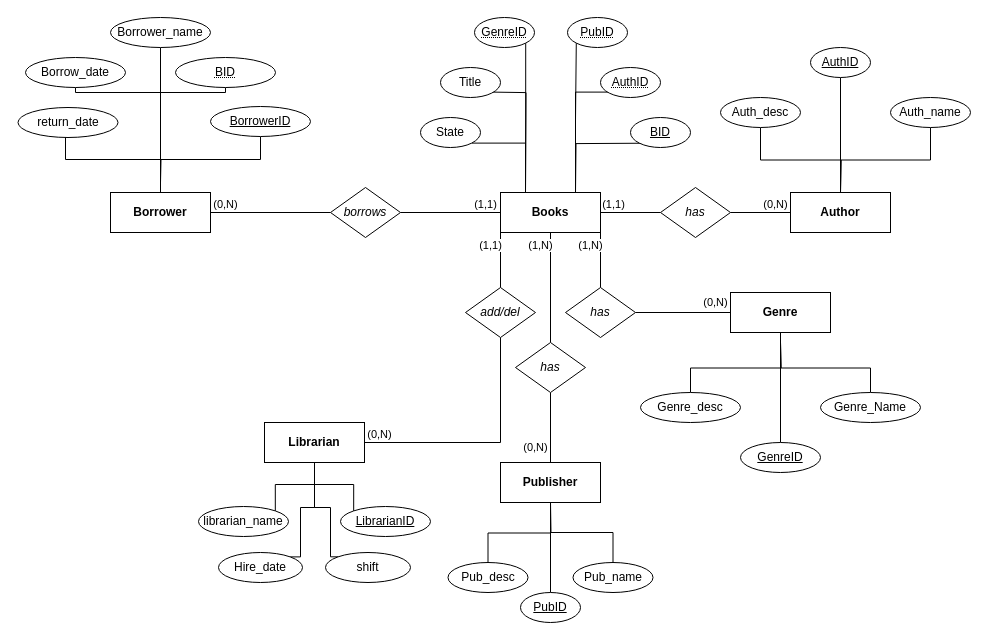
Before: task1/Full_ER_Diagram.drawio in Harmish5201/Library-Management-App-for-testing-Databases, a draw.io diagram. Source tidied: cells renumbered, new cells numbered last; positions are measured from the earlier drawing's top-left corner, leaving out a move shared by most shapes. Both pictures are drawn from the tidied source at 100%, with x=0, y=0 at pixel (18, 17).
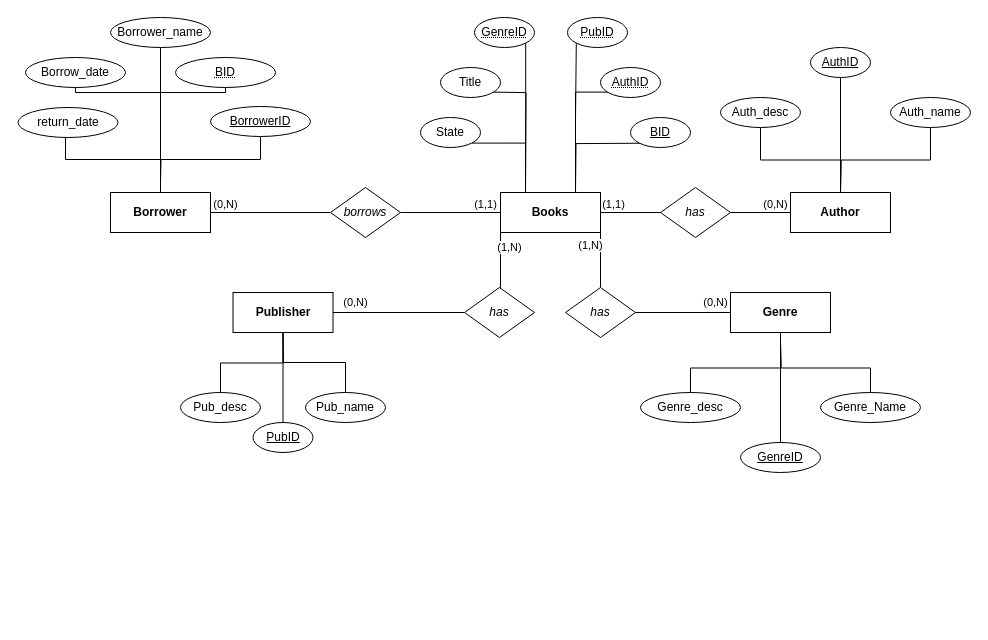
Above is the later version.

Unchanged cells that the change refers to:
```xml
<mxCell id="17" value="&lt;b&gt;Books&lt;/b&gt;" style="shape=rectangle;whiteSpace=wrap;html=1;" parent="1" vertex="1">
  <mxGeometry x="482" y="175" width="100" height="40" as="geometry" />
</mxCell>
```

Diff of the diagram source:
```diff
@@
-    <mxCell id="14" style="edgeStyle=orthogonalEdgeStyle;shape=connector;rounded=0;jettySize=auto;html=1;exitX=0;exitY=1;exitDx=0;exitDy=0;entryX=0.5;entryY=0;entryDx=0;entryDy=0;strokeColor=default;align=center;verticalAlign=middle;fontFamily=Helvetica;fontSize=11;fontColor=default;labelBackgroundColor=default;startFill=0;endArrow=none;" parent="1" edge="1" source="17" target="58">
-      <mxGeometry relative="1" as="geometry" />
-    </mxCell>
@@
-    <mxCell id="16" style="edgeStyle=orthogonalEdgeStyle;shape=connector;rounded=0;jettySize=auto;html=1;exitX=0.5;exitY=1;exitDx=0;exitDy=0;entryX=0.5;entryY=0;entryDx=0;entryDy=0;strokeColor=default;align=center;verticalAlign=middle;fontFamily=Helvetica;fontSize=11;fontColor=default;labelBackgroundColor=default;startFill=0;endArrow=none;" parent="1" edge="1" source="17" target="61">
-      <mxGeometry relative="1" as="geometry" />
+    <mxCell id="16" style="edgeStyle=orthogonalEdgeStyle;shape=connector;rounded=0;jettySize=auto;html=1;exitX=0;exitY=1;exitDx=0;exitDy=0;entryX=0.498;entryY=0.06;entryDx=0;entryDy=0;strokeColor=default;align=center;verticalAlign=middle;fontFamily=Helvetica;fontSize=11;fontColor=default;labelBackgroundColor=default;startFill=0;endArrow=none;entryPerimeter=0;" parent="1" edge="1" source="17" target="61">
+      <mxGeometry relative="1" as="geometry">
+        <Array as="points">
+          <mxPoint x="482" y="273" />
+        </Array>
+      </mxGeometry>
     </mxCell>
@@
     <mxCell id="43" value="&lt;b&gt;Publisher&lt;/b&gt;" style="shape=rectangle;whiteSpace=wrap;html=1;" parent="1" vertex="1">
-      <mxGeometry x="482" y="445" width="100" height="40" as="geometry" />
+      <mxGeometry x="214.5" y="275" width="100" height="40" as="geometry" />
     </mxCell>
@@
     <mxCell id="45" value="&lt;u&gt;PubID&lt;/u&gt;" style="ellipse;whiteSpace=wrap;html=1;" parent="1" vertex="1">
-      <mxGeometry x="502" y="575" width="60" height="30" as="geometry" />
+      <mxGeometry x="234.5" y="405" width="60" height="30" as="geometry" />
     </mxCell>
@@
     <mxCell id="47" value="Pub_name" style="ellipse;whiteSpace=wrap;html=1;" parent="1" vertex="1">
-      <mxGeometry x="554.5" y="545" width="80" height="30" as="geometry" />
+      <mxGeometry x="287" y="375" width="80" height="30" as="geometry" />
     </mxCell>
     <mxCell id="48" style="edgeStyle=orthogonalEdgeStyle;shape=connector;rounded=0;jettySize=auto;html=1;exitX=0.5;exitY=0;exitDx=0;exitDy=0;strokeColor=default;align=center;verticalAlign=middle;fontFamily=Helvetica;fontSize=11;fontColor=default;labelBackgroundColor=default;startFill=0;endArrow=none;" parent="1" edge="1" source="49">
       <mxGeometry relative="1" as="geometry">
-        <mxPoint x="532" y="485" as="targetPoint" />
+        <mxPoint x="264.5" y="315" as="targetPoint" />
       </mxGeometry>
     </mxCell>
     <mxCell id="49" value="Pub_desc" style="ellipse;whiteSpace=wrap;html=1;" parent="1" vertex="1">
-      <mxGeometry x="429.5" y="545" width="80" height="30" as="geometry" />
+      <mxGeometry x="162" y="375" width="80" height="30" as="geometry" />
     </mxCell>
@@
-    <mxCell id="56" style="edgeStyle=orthogonalEdgeStyle;shape=connector;rounded=0;jettySize=auto;html=1;exitX=0.5;exitY=1;exitDx=0;exitDy=0;entryX=0.5;entryY=0;entryDx=0;entryDy=0;strokeColor=default;align=center;verticalAlign=middle;fontFamily=Helvetica;fontSize=11;fontColor=default;labelBackgroundColor=default;startFill=0;endArrow=none;" parent="1" edge="1" source="61" target="43">
+    <mxCell id="56" style="edgeStyle=orthogonalEdgeStyle;shape=connector;rounded=0;jettySize=auto;html=1;exitX=0;exitY=0.5;exitDx=0;exitDy=0;entryX=1;entryY=0.5;entryDx=0;entryDy=0;strokeColor=default;align=center;verticalAlign=middle;fontFamily=Helvetica;fontSize=11;fontColor=default;labelBackgroundColor=default;startFill=0;endArrow=none;" parent="1" edge="1" source="61" target="43">
       <mxGeometry relative="1" as="geometry" />
     </mxCell>
-    <mxCell id="57" style="edgeStyle=orthogonalEdgeStyle;shape=connector;rounded=0;jettySize=auto;html=1;entryX=1;entryY=0.5;entryDx=0;entryDy=0;strokeColor=default;align=center;verticalAlign=middle;fontFamily=Helvetica;fontSize=11;fontColor=default;labelBackgroundColor=default;startFill=0;endArrow=none;exitX=0.5;exitY=1;exitDx=0;exitDy=0;" parent="1" edge="1" source="58" target="66">
-      <mxGeometry relative="1" as="geometry" />
-    </mxCell>
-    <mxCell id="58" value="&lt;i&gt;add/del&lt;/i&gt;" style="rhombus;whiteSpace=wrap;html=1;" parent="1" vertex="1">
-      <mxGeometry x="447" y="270" width="70" height="50" as="geometry" />
-    </mxCell>
@@
     <mxCell id="61" value="&lt;i&gt;has&lt;/i&gt;" style="rhombus;whiteSpace=wrap;html=1;" parent="1" vertex="1">
-      <mxGeometry x="497" y="325" width="70" height="50" as="geometry" />
+      <mxGeometry x="446" y="270" width="70" height="50" as="geometry" />
     </mxCell>
-    <mxCell id="62" style="edgeStyle=orthogonalEdgeStyle;shape=connector;rounded=0;jettySize=auto;html=1;exitX=0.5;exitY=1;exitDx=0;exitDy=0;entryX=1;entryY=0;entryDx=0;entryDy=0;strokeColor=default;align=center;verticalAlign=middle;fontFamily=Helvetica;fontSize=11;fontColor=default;labelBackgroundColor=default;startFill=0;endArrow=none;" parent="1" edge="1" source="66" target="68">
-      <mxGeometry relative="1" as="geometry" />
-    </mxCell>
-    <mxCell id="63" style="edgeStyle=orthogonalEdgeStyle;shape=connector;rounded=0;jettySize=auto;html=1;exitX=0.5;exitY=1;exitDx=0;exitDy=0;entryX=0;entryY=0;entryDx=0;entryDy=0;strokeColor=default;align=center;verticalAlign=middle;fontFamily=Helvetica;fontSize=11;fontColor=default;labelBackgroundColor=default;startFill=0;endArrow=none;" parent="1" edge="1" source="66" target="67">
-      <mxGeometry relative="1" as="geometry" />
-    </mxCell>
-    <mxCell id="64" style="edgeStyle=orthogonalEdgeStyle;shape=connector;rounded=0;jettySize=auto;html=1;exitX=0.5;exitY=1;exitDx=0;exitDy=0;entryX=1;entryY=0;entryDx=0;entryDy=0;strokeColor=default;align=center;verticalAlign=middle;fontFamily=Helvetica;fontSize=11;fontColor=default;labelBackgroundColor=default;startFill=0;endArrow=none;" parent="1" edge="1" source="66" target="69">
-      <mxGeometry relative="1" as="geometry">
-        <Array as="points">
-          <mxPoint x="296" y="490" />
-          <mxPoint x="282" y="490" />
-          <mxPoint x="282" y="539" />
-        </Array>
-      </mxGeometry>
-    </mxCell>
-    <mxCell id="65" style="edgeStyle=orthogonalEdgeStyle;shape=connector;rounded=0;jettySize=auto;html=1;exitX=0.5;exitY=1;exitDx=0;exitDy=0;entryX=0;entryY=0;entryDx=0;entryDy=0;strokeColor=default;align=center;verticalAlign=middle;fontFamily=Helvetica;fontSize=11;fontColor=default;labelBackgroundColor=default;startFill=0;endArrow=none;" parent="1" edge="1" source="66" target="70">
-      <mxGeometry relative="1" as="geometry">
-        <Array as="points">
-          <mxPoint x="296" y="490" />
-          <mxPoint x="312" y="490" />
-          <mxPoint x="312" y="539" />
-        </Array>
-      </mxGeometry>
-    </mxCell>
-    <mxCell id="66" value="&lt;b&gt;Librarian&lt;/b&gt;" style="shape=rectangle;whiteSpace=wrap;html=1;" parent="1" vertex="1">
-      <mxGeometry x="246" y="405" width="100" height="40" as="geometry" />
-    </mxCell>
-    <mxCell id="67" value="&lt;u&gt;LibrarianID&lt;/u&gt;" style="ellipse;whiteSpace=wrap;html=1;" parent="1" vertex="1">
-      <mxGeometry x="322" y="489" width="90" height="30" as="geometry" />
-    </mxCell>
-    <mxCell id="68" value="librarian_name" style="ellipse;whiteSpace=wrap;html=1;" parent="1" vertex="1">
-      <mxGeometry x="180" y="489" width="90" height="30" as="geometry" />
-    </mxCell>
-    <mxCell id="69" value="Hire_date" style="ellipse;whiteSpace=wrap;html=1;" parent="1" vertex="1">
-      <mxGeometry x="200" y="535" width="84" height="30" as="geometry" />
-    </mxCell>
-    <mxCell id="70" value="shift" style="ellipse;whiteSpace=wrap;html=1;" parent="1" vertex="1">
-      <mxGeometry x="307" y="535" width="85" height="30" as="geometry" />
-    </mxCell>
-    <mxCell id="71" value="(0,N)" style="text;html=1;align=center;verticalAlign=middle;strokeColor=none;fillColor=none;fontFamily=Helvetica;fontSize=11;fontColor=default;labelBackgroundColor=default;" parent="1" vertex="1">
-      <mxGeometry x="336" y="402" width="50" height="30" as="geometry" />
-    </mxCell>
-    <mxCell id="72" value="(1,1)" style="text;html=1;align=center;verticalAlign=middle;strokeColor=none;fillColor=none;fontFamily=Helvetica;fontSize=11;fontColor=default;labelBackgroundColor=default;" parent="1" vertex="1">
-      <mxGeometry x="447" y="213" width="50" height="30" as="geometry" />
-    </mxCell>
@@
     <mxCell id="75" value="(1,N)" style="text;html=1;align=center;verticalAlign=middle;strokeColor=none;fillColor=none;fontFamily=Helvetica;fontSize=11;fontColor=default;labelBackgroundColor=default;" parent="1" vertex="1">
-      <mxGeometry x="497" y="213" width="50" height="30" as="geometry" />
+      <mxGeometry x="466" y="215" width="50" height="30" as="geometry" />
     </mxCell>
@@
     <mxCell id="77" value="(0,N)" style="text;html=1;align=center;verticalAlign=middle;strokeColor=none;fillColor=none;fontFamily=Helvetica;fontSize=11;fontColor=default;labelBackgroundColor=default;" parent="1" vertex="1">
-      <mxGeometry x="492" y="415" width="50" height="30" as="geometry" />
+      <mxGeometry x="312" y="270" width="50" height="30" as="geometry" />
     </mxCell>
```
